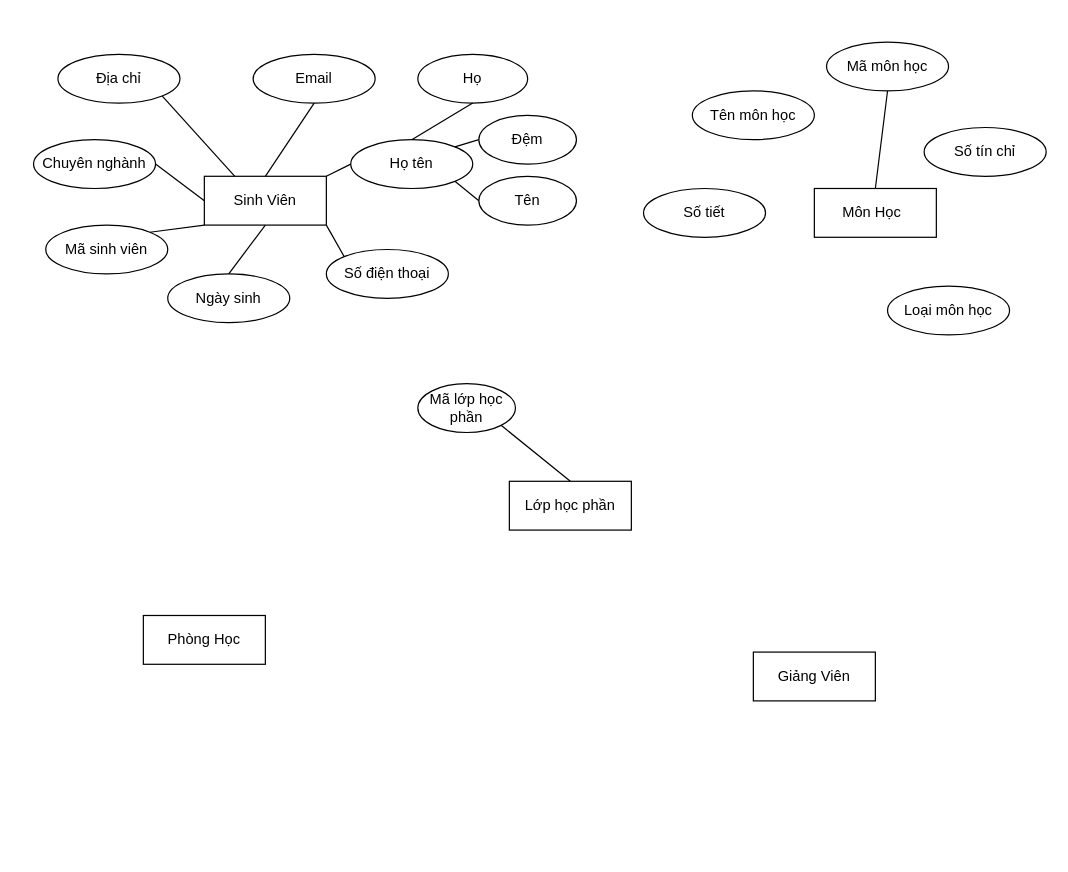
Above: Biểu đồ không có tiêu đề.drawio in TDev2910/diagrams (draw.io), before the change. Source tidied: cells renumbered, new cells numbered last; positions are measured from the earlier drawing's top-left corner, leaving out a move shared by most shapes. Both pictures are drawn from the tidied source at 122%, with x=0, y=0 at pixel (33, 41).
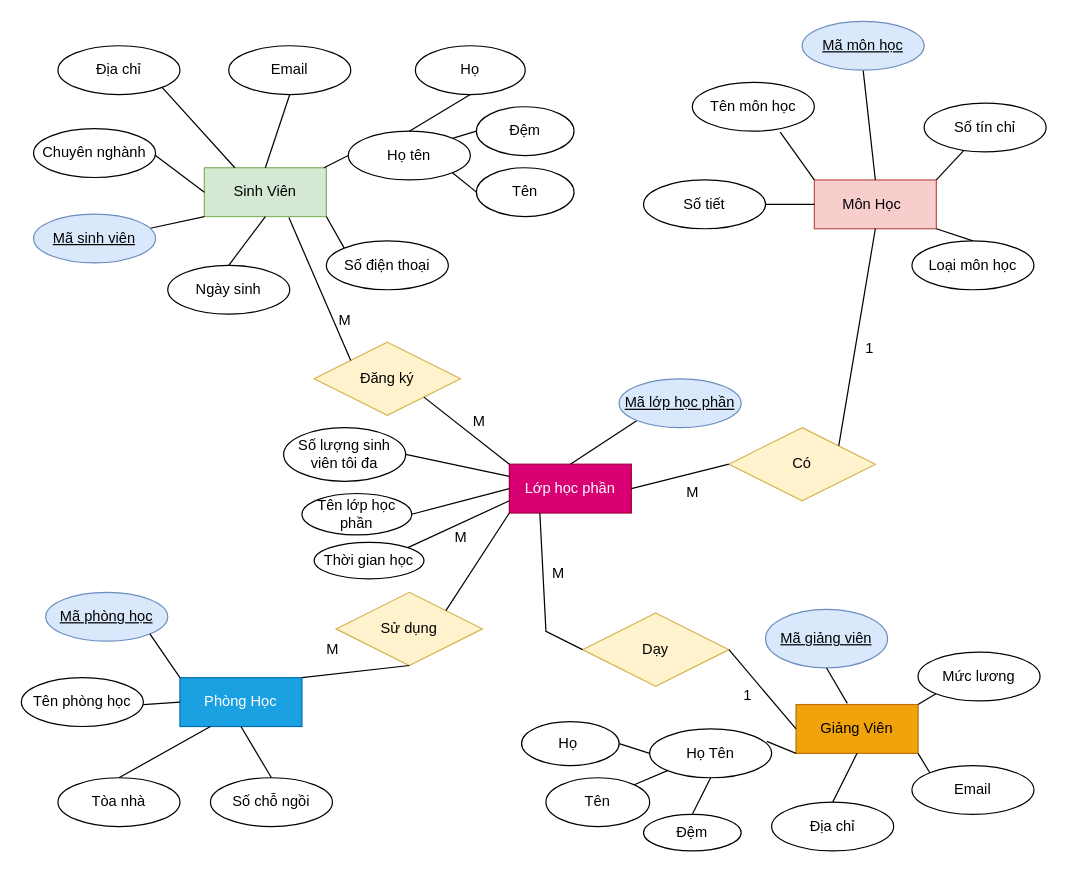
After the change.

Commit message:
Cập nhật Biểu đồ không có tiêu đề.drawio

What changed in the source:
```diff
@@
-    <mxCell id="2" value="Sinh Viên" style="whiteSpace=wrap;html=1;align=center;" parent="1" vertex="1">
-      <mxGeometry x="140" y="110" width="100" height="40" as="geometry" />
+    <mxCell id="2" value="Sinh Viên" style="whiteSpace=wrap;html=1;align=center;fillColor=#d5e8d4;strokeColor=#82b366;" parent="1" vertex="1">
+      <mxGeometry x="140" y="103" width="100" height="40" as="geometry" />
     </mxCell>
-    <mxCell id="3" value="Giảng Viên" style="whiteSpace=wrap;html=1;align=center;" parent="1" vertex="1">
-      <mxGeometry x="590" y="500" width="100" height="40" as="geometry" />
+    <mxCell id="3" value="Giảng Viên" style="whiteSpace=wrap;html=1;align=center;fillColor=#f0a30a;fontColor=#000000;strokeColor=#BD7000;" parent="1" vertex="1">
+      <mxGeometry x="625" y="543" width="100" height="40" as="geometry" />
     </mxCell>
-    <mxCell id="4" value="Môn Học&lt;span style=&quot;white-space: pre;&quot;&gt;&#9;&lt;/span&gt;" style="whiteSpace=wrap;html=1;align=center;" parent="1" vertex="1">
-      <mxGeometry x="640" y="120" width="100" height="40" as="geometry" />
+    <mxCell id="4" value="Môn Học&lt;span style=&quot;white-space: pre;&quot;&gt;&#9;&lt;/span&gt;" style="whiteSpace=wrap;html=1;align=center;fillColor=#f8cecc;strokeColor=#b85450;" parent="1" vertex="1">
+      <mxGeometry x="640" y="113" width="100" height="40" as="geometry" />
     </mxCell>
-    <mxCell id="5" value="Phòng Học" style="whiteSpace=wrap;html=1;align=center;" parent="1" vertex="1">
-      <mxGeometry x="90" y="470" width="100" height="40" as="geometry" />
+    <mxCell id="5" value="Phòng Học" style="whiteSpace=wrap;html=1;align=center;fillColor=#1ba1e2;fontColor=#ffffff;strokeColor=#006EAF;" parent="1" vertex="1">
+      <mxGeometry x="120" y="521" width="100" height="40" as="geometry" />
     </mxCell>
     <mxCell id="6" value="Địa chỉ" style="ellipse;whiteSpace=wrap;html=1;align=center;" parent="1" vertex="1">
-      <mxGeometry x="20" y="10" width="100" height="40" as="geometry" />
+      <mxGeometry x="20" y="3" width="100" height="40" as="geometry" />
     </mxCell>
     <mxCell id="7" value="Email" style="ellipse;whiteSpace=wrap;html=1;align=center;" parent="1" vertex="1">
-      <mxGeometry x="180" y="10" width="100" height="40" as="geometry" />
+      <mxGeometry x="160" y="3" width="100" height="40" as="geometry" />
     </mxCell>
     <mxCell id="8" value="Chuyên nghành" style="ellipse;whiteSpace=wrap;html=1;align=center;" parent="1" vertex="1">
-      <mxGeometry y="80" width="100" height="40" as="geometry" />
+      <mxGeometry y="71" width="100" height="40" as="geometry" />
     </mxCell>
-    <mxCell id="9" value="Mã sinh viên" style="ellipse;whiteSpace=wrap;html=1;align=center;" parent="1" vertex="1">
-      <mxGeometry x="10" y="150" width="100" height="40" as="geometry" />
-    </mxCell>
     <mxCell id="10" value="Ngày sinh" style="ellipse;whiteSpace=wrap;html=1;align=center;" parent="1" vertex="1">
-      <mxGeometry x="110" y="190" width="100" height="40" as="geometry" />
+      <mxGeometry x="110" y="183" width="100" height="40" as="geometry" />
     </mxCell>
     <mxCell id="11" value="Họ tên" style="ellipse;whiteSpace=wrap;html=1;align=center;" parent="1" vertex="1">
-      <mxGeometry x="260" y="80" width="100" height="40" as="geometry" />
+      <mxGeometry x="258" y="73" width="100" height="40" as="geometry" />
     </mxCell>
     <mxCell id="12" value="Họ" style="ellipse;whiteSpace=wrap;html=1;align=center;" parent="1" vertex="1">
-      <mxGeometry x="315" y="10" width="90" height="40" as="geometry" />
+      <mxGeometry x="313" y="3" width="90" height="40" as="geometry" />
     </mxCell>
     <mxCell id="13" value="Đệm" style="ellipse;whiteSpace=wrap;html=1;align=center;" parent="1" vertex="1">
-      <mxGeometry x="365" y="60" width="80" height="40" as="geometry" />
+      <mxGeometry x="363" y="53" width="80" height="40" as="geometry" />
     </mxCell>
     <mxCell id="14" value="Tên" style="ellipse;whiteSpace=wrap;html=1;align=center;" parent="1" vertex="1">
-      <mxGeometry x="365" y="110" width="80" height="40" as="geometry" />
+      <mxGeometry x="363" y="103" width="80" height="40" as="geometry" />
     </mxCell>
@@
-    <mxCell id="18" style="endArrow=none;html=1;rounded=0;exitX=1;exitY=0;exitDx=0;exitDy=0;entryX=0;entryY=0.5;entryDx=0;entryDy=0;" parent="1" edge="1" source="2" target="11">
-      <mxGeometry relative="1" as="geometry" />
+    <mxCell id="18" style="endArrow=none;html=1;rounded=0;exitX=1;exitY=0;exitDx=0;exitDy=0;entryX=0;entryY=0.5;entryDx=0;entryDy=0;" parent="1" edge="1" target="11">
+      <mxGeometry relative="1" as="geometry">
+        <mxPoint x="238" y="103" as="sourcePoint" />
+      </mxGeometry>
     </mxCell>
     <mxCell id="19" value="Số&amp;nbsp;điện thoại" style="ellipse;whiteSpace=wrap;html=1;align=center;" parent="1" vertex="1">
-      <mxGeometry x="240" y="170" width="100" height="40" as="geometry" />
+      <mxGeometry x="240" y="163" width="100" height="40" as="geometry" />
     </mxCell>
@@
-    <mxCell id="23" style="endArrow=none;html=1;rounded=0;exitX=1;exitY=0.5;exitDx=0;exitDy=0;entryX=0;entryY=0.5;entryDx=0;entryDy=0;" parent="1" edge="1" source="8" target="2">
-      <mxGeometry relative="1" as="geometry" />
+    <mxCell id="23" style="endArrow=none;html=1;rounded=0;exitX=1;exitY=0.5;exitDx=0;exitDy=0;entryX=0;entryY=0.5;entryDx=0;entryDy=0;" parent="1" edge="1" target="2">
+      <mxGeometry relative="1" as="geometry">
+        <mxPoint x="100" y="93" as="sourcePoint" />
+      </mxGeometry>
     </mxCell>
@@
-    <mxCell id="25" style="endArrow=none;html=1;rounded=0;entryX=0;entryY=1;entryDx=0;entryDy=0;exitX=1;exitY=0;exitDx=0;exitDy=0;" parent="1" edge="1" source="9" target="2">
-      <mxGeometry relative="1" as="geometry" />
+    <mxCell id="25" style="endArrow=none;html=1;rounded=0;entryX=0;entryY=1;entryDx=0;entryDy=0;exitX=0.948;exitY=0.245;exitDx=0;exitDy=0;exitPerimeter=0;" parent="1" edge="1" target="2">
+      <mxGeometry relative="1" as="geometry">
+        <mxPoint x="94.8" y="152.8" as="sourcePoint" />
+      </mxGeometry>
     </mxCell>
     <mxCell id="26" value="Số tiết" style="ellipse;whiteSpace=wrap;html=1;align=center;" parent="1" vertex="1">
-      <mxGeometry x="500" y="120" width="100" height="40" as="geometry" />
+      <mxGeometry x="500" y="113" width="100" height="40" as="geometry" />
     </mxCell>
     <mxCell id="27" value="Tên môn học" style="ellipse;whiteSpace=wrap;html=1;align=center;" parent="1" vertex="1">
-      <mxGeometry x="540" y="40" width="100" height="40" as="geometry" />
+      <mxGeometry x="540" y="33" width="100" height="40" as="geometry" />
     </mxCell>
     <mxCell id="28" value="Loại môn học" style="ellipse;whiteSpace=wrap;html=1;align=center;" parent="1" vertex="1">
-      <mxGeometry x="700" y="200" width="100" height="40" as="geometry" />
+      <mxGeometry x="720" y="163" width="100" height="40" as="geometry" />
     </mxCell>
     <mxCell id="29" value="Số tín chỉ" style="ellipse;whiteSpace=wrap;html=1;align=center;" parent="1" vertex="1">
-      <mxGeometry x="730" y="70" width="100" height="40" as="geometry" />
+      <mxGeometry x="730" y="50" width="100" height="40" as="geometry" />
     </mxCell>
-    <mxCell id="30" value="Mã môn học" style="ellipse;whiteSpace=wrap;html=1;align=center;" parent="1" vertex="1">
-      <mxGeometry x="650" width="100" height="40" as="geometry" />
-    </mxCell>
@@
-    <mxCell id="32" value="Lớp học phần" style="whiteSpace=wrap;html=1;align=center;" parent="1" vertex="1">
-      <mxGeometry x="390" y="360" width="100" height="40" as="geometry" />
+    <mxCell id="32" value="Lớp học phần" style="whiteSpace=wrap;html=1;align=center;fillColor=#d80073;fontColor=#ffffff;strokeColor=#A50040;" parent="1" vertex="1">
+      <mxGeometry x="390" y="346" width="100" height="40" as="geometry" />
     </mxCell>
+    <mxCell id="34" style="endArrow=none;html=1;rounded=0;entryX=0.5;entryY=0;entryDx=0;entryDy=0;exitX=0;exitY=1;exitDx=0;exitDy=0;" parent="1" edge="1" source="33" target="32">
+      <mxGeometry relative="1" as="geometry" />
+    </mxCell>
+    <mxCell id="9" value="Mã sinh viên" style="ellipse;whiteSpace=wrap;html=1;align=center;fontStyle=4;fillColor=#dae8fc;strokeColor=#6c8ebf;" parent="1" vertex="1">
+      <mxGeometry y="141" width="100" height="40" as="geometry" />
+    </mxCell>
+    <mxCell id="30" value="Mã môn học" style="ellipse;whiteSpace=wrap;html=1;align=center;fontStyle=4;fillColor=#dae8fc;strokeColor=#6c8ebf;" parent="1" vertex="1">
+      <mxGeometry x="630" y="-17" width="100" height="40" as="geometry" />
+    </mxCell>
-    <mxCell id="33" value="Mã lớp học phần" style="ellipse;whiteSpace=wrap;html=1;align=center;" parent="1" vertex="1">
-      <mxGeometry x="315" y="280" width="80" height="40" as="geometry" />
+    <mxCell id="33" value="Mã lớp học phần" style="ellipse;whiteSpace=wrap;html=1;align=center;fontStyle=4;fillColor=#dae8fc;strokeColor=#6c8ebf;" parent="1" vertex="1">
+      <mxGeometry x="480" y="276" width="100" height="40" as="geometry" />
     </mxCell>
-    <mxCell id="34" style="endArrow=none;html=1;rounded=0;entryX=0.5;entryY=0;entryDx=0;entryDy=0;exitX=1;exitY=1;exitDx=0;exitDy=0;" parent="1" edge="1" source="33" target="32">
-      <mxGeometry relative="1" as="geometry" />
-    </mxCell>
+    <mxCell id="35" value="Đăng ký" style="shape=rhombus;perimeter=rhombusPerimeter;whiteSpace=wrap;html=1;align=center;fillColor=#fff2cc;strokeColor=#d6b656;" parent="1" vertex="1">
+      <mxGeometry x="230" y="246" width="120" height="60" as="geometry" />
+    </mxCell>
+    <mxCell id="36" style="endArrow=none;html=1;rounded=0;entryX=0.693;entryY=1.021;entryDx=0;entryDy=0;entryPerimeter=0;exitX=0;exitY=0;exitDx=0;exitDy=0;" parent="1" edge="1" source="35" target="2">
+      <mxGeometry relative="1" as="geometry" />
+    </mxCell>
+    <mxCell id="37" style="endArrow=none;html=1;rounded=0;entryX=1;entryY=1;entryDx=0;entryDy=0;exitX=0;exitY=0;exitDx=0;exitDy=0;" parent="1" edge="1" source="32" target="35">
+      <mxGeometry relative="1" as="geometry" />
+    </mxCell>
+    <mxCell id="38" value="M" style="text;html=1;align=center;verticalAlign=middle;strokeColor=none;fillColor=none;" parent="1" vertex="1">
+      <mxGeometry x="350" y="296" width="30" height="30" as="geometry" />
+    </mxCell>
+    <mxCell id="39" value="M" style="text;html=1;align=center;verticalAlign=middle;strokeColor=none;fillColor=none;" parent="1" vertex="1">
+      <mxGeometry x="240" y="213" width="30" height="30" as="geometry" />
+    </mxCell>
+    <mxCell id="40" value="Có" style="shape=rhombus;perimeter=rhombusPerimeter;whiteSpace=wrap;html=1;align=center;fillColor=#fff2cc;strokeColor=#d6b656;" parent="1" vertex="1">
+      <mxGeometry x="570" y="316" width="120" height="60" as="geometry" />
+    </mxCell>
+    <mxCell id="41" style="endArrow=none;html=1;rounded=0;entryX=1;entryY=0.5;entryDx=0;entryDy=0;exitX=0;exitY=0.5;exitDx=0;exitDy=0;" parent="1" edge="1" source="40" target="32">
+      <mxGeometry relative="1" as="geometry" />
+    </mxCell>
+    <mxCell id="42" style="endArrow=none;html=1;rounded=0;entryX=1;entryY=0;entryDx=0;entryDy=0;exitX=0.5;exitY=1;exitDx=0;exitDy=0;" parent="1" edge="1" source="4" target="40">
+      <mxGeometry relative="1" as="geometry" />
+    </mxCell>
+    <mxCell id="43" value="M" style="text;html=1;align=center;verticalAlign=middle;strokeColor=none;fillColor=none;" parent="1" vertex="1">
+      <mxGeometry x="525" y="354" width="30" height="30" as="geometry" />
+    </mxCell>
+    <mxCell id="44" value="1" style="text;html=1;align=center;verticalAlign=middle;strokeColor=none;fillColor=none;" parent="1" vertex="1">
+      <mxGeometry x="670" y="236" width="30" height="30" as="geometry" />
+    </mxCell>
+    <mxCell id="45" value="Mã giảng viên" style="ellipse;whiteSpace=wrap;html=1;align=center;fontStyle=4;fillColor=#dae8fc;strokeColor=#6c8ebf;" parent="1" vertex="1">
+      <mxGeometry x="600" y="465" width="100" height="48" as="geometry" />
+    </mxCell>
+    <mxCell id="46" value="Mã phòng học" style="ellipse;whiteSpace=wrap;html=1;align=center;fontStyle=4;fillColor=#dae8fc;strokeColor=#6c8ebf;" parent="1" vertex="1">
+      <mxGeometry x="10" y="451" width="100" height="40" as="geometry" />
+    </mxCell>
+    <mxCell id="47" value="Dạy" style="shape=rhombus;perimeter=rhombusPerimeter;whiteSpace=wrap;html=1;align=center;fillColor=#fff2cc;strokeColor=#d6b656;" parent="1" vertex="1">
+      <mxGeometry x="450" y="468" width="120" height="60" as="geometry" />
+    </mxCell>
+    <mxCell id="48" style="endArrow=none;html=1;rounded=0;exitX=1;exitY=0.5;exitDx=0;exitDy=0;" parent="1" edge="1" source="26">
+      <mxGeometry relative="1" as="geometry">
+        <mxPoint x="640" y="133" as="targetPoint" />
+        <Array as="points">
+          <mxPoint x="630" y="133" />
+        </Array>
+      </mxGeometry>
+    </mxCell>
+    <mxCell id="49" style="endArrow=none;html=1;rounded=0;entryX=0;entryY=0;entryDx=0;entryDy=0;exitX=0.72;exitY=1.021;exitDx=0;exitDy=0;exitPerimeter=0;" parent="1" edge="1" source="27" target="4">
+      <mxGeometry relative="1" as="geometry" />
+    </mxCell>
+    <mxCell id="50" style="endArrow=none;html=1;rounded=0;entryX=1;entryY=0;entryDx=0;entryDy=0;" parent="1" edge="1" source="29" target="4">
+      <mxGeometry relative="1" as="geometry" />
+    </mxCell>
+    <mxCell id="51" style="endArrow=none;html=1;rounded=0;entryX=0.5;entryY=0;entryDx=0;entryDy=0;exitX=1;exitY=1;exitDx=0;exitDy=0;" parent="1" edge="1" source="4" target="28">
+      <mxGeometry relative="1" as="geometry" />
+    </mxCell>
+    <mxCell id="52" style="endArrow=none;html=1;rounded=0;entryX=0;entryY=0.5;entryDx=0;entryDy=0;exitX=1;exitY=0.5;exitDx=0;exitDy=0;" parent="1" edge="1" source="47" target="3">
+      <mxGeometry relative="1" as="geometry" />
+    </mxCell>
+    <mxCell id="53" style="endArrow=none;html=1;rounded=0;entryX=0;entryY=0.5;entryDx=0;entryDy=0;exitX=0.25;exitY=1;exitDx=0;exitDy=0;" parent="1" edge="1" source="32" target="47">
+      <mxGeometry relative="1" as="geometry">
+        <Array as="points">
+          <mxPoint x="420" y="483" />
+        </Array>
+      </mxGeometry>
+    </mxCell>
+    <mxCell id="54" value="1" style="text;html=1;align=center;verticalAlign=middle;strokeColor=none;fillColor=none;" parent="1" vertex="1">
+      <mxGeometry x="570" y="521" width="30" height="30" as="geometry" />
+    </mxCell>
+    <mxCell id="55" value="M" style="text;html=1;align=center;verticalAlign=middle;strokeColor=none;fillColor=none;" parent="1" vertex="1">
+      <mxGeometry x="415" y="421" width="30" height="30" as="geometry" />
+    </mxCell>
+    <mxCell id="56" style="endArrow=none;html=1;rounded=0;exitX=1;exitY=1;exitDx=0;exitDy=0;entryX=0;entryY=0;entryDx=0;entryDy=0;" parent="1" edge="1" source="46" target="5">
+      <mxGeometry relative="1" as="geometry" />
+    </mxCell>
+    <mxCell id="57" value="Sử dụng" style="shape=rhombus;perimeter=rhombusPerimeter;whiteSpace=wrap;html=1;align=center;fillColor=#fff2cc;strokeColor=#d6b656;" parent="1" vertex="1">
+      <mxGeometry x="248" y="451" width="120" height="60" as="geometry" />
+    </mxCell>
+    <mxCell id="58" style="endArrow=none;html=1;rounded=0;exitX=0;exitY=1;exitDx=0;exitDy=0;entryX=1;entryY=0;entryDx=0;entryDy=0;" parent="1" edge="1" source="32" target="57">
+      <mxGeometry relative="1" as="geometry" />
+    </mxCell>
+    <mxCell id="59" style="endArrow=none;html=1;rounded=0;exitX=0.5;exitY=1;exitDx=0;exitDy=0;entryX=1;entryY=0;entryDx=0;entryDy=0;" parent="1" edge="1" source="57" target="5">
+      <mxGeometry relative="1" as="geometry" />
+    </mxCell>
+    <mxCell id="60" value="M" style="text;html=1;align=center;verticalAlign=middle;strokeColor=none;fillColor=none;" parent="1" vertex="1">
+      <mxGeometry x="335" y="391" width="30" height="30" as="geometry" />
+    </mxCell>
+    <mxCell id="61" value="M" style="text;html=1;align=center;verticalAlign=middle;strokeColor=none;fillColor=none;" parent="1" vertex="1">
+      <mxGeometry x="230" y="483" width="30" height="30" as="geometry" />
+    </mxCell>
+    <mxCell id="62" style="endArrow=none;html=1;rounded=0;entryX=0.5;entryY=1;entryDx=0;entryDy=0;" parent="1" edge="1" target="45">
+      <mxGeometry relative="1" as="geometry">
+        <mxPoint x="667" y="542" as="sourcePoint" />
+      </mxGeometry>
+    </mxCell>
+    <mxCell id="63" value="Tên phòng học" style="ellipse;whiteSpace=wrap;html=1;align=center;" parent="1" vertex="1">
+      <mxGeometry x="-10" y="521" width="100" height="40" as="geometry" />
+    </mxCell>
+    <mxCell id="64" value="Tòa nhà" style="ellipse;whiteSpace=wrap;html=1;align=center;" parent="1" vertex="1">
+      <mxGeometry x="20" y="603" width="100" height="40" as="geometry" />
+    </mxCell>
+    <mxCell id="65" value="Số chỗ ngồi" style="ellipse;whiteSpace=wrap;html=1;align=center;" parent="1" vertex="1">
+      <mxGeometry x="145" y="603" width="100" height="40" as="geometry" />
+    </mxCell>
+    <mxCell id="66" style="endArrow=none;html=1;rounded=0;exitX=1;exitY=0.5;exitDx=0;exitDy=0;entryX=0;entryY=0.5;entryDx=0;entryDy=0;" parent="1" edge="1" target="5">
+      <mxGeometry relative="1" as="geometry">
+        <mxPoint x="90" y="543" as="sourcePoint" />
+      </mxGeometry>
+    </mxCell>
+    <mxCell id="67" style="endArrow=none;html=1;rounded=0;exitX=0.5;exitY=0;exitDx=0;exitDy=0;entryX=0.25;entryY=1;entryDx=0;entryDy=0;" parent="1" edge="1" source="64" target="5">
+      <mxGeometry relative="1" as="geometry" />
+    </mxCell>
+    <mxCell id="68" style="endArrow=none;html=1;rounded=0;exitX=0.5;exitY=0;exitDx=0;exitDy=0;entryX=0.5;entryY=1;entryDx=0;entryDy=0;" parent="1" edge="1" source="65" target="5">
+      <mxGeometry relative="1" as="geometry" />
+    </mxCell>
+    <mxCell id="69" value="Họ Tên" style="ellipse;whiteSpace=wrap;html=1;align=center;" parent="1" vertex="1">
+      <mxGeometry x="505" y="563" width="100" height="40" as="geometry" />
+    </mxCell>
+    <mxCell id="70" style="endArrow=none;html=1;rounded=0;entryX=0;entryY=1;entryDx=0;entryDy=0;exitX=0.96;exitY=0.255;exitDx=0;exitDy=0;exitPerimeter=0;" parent="1" edge="1" source="69" target="3">
+      <mxGeometry relative="1" as="geometry" />
+    </mxCell>
+    <mxCell id="71" value="Họ&amp;nbsp;" style="ellipse;whiteSpace=wrap;html=1;align=center;" parent="1" vertex="1">
+      <mxGeometry x="400" y="557" width="80" height="36" as="geometry" />
+    </mxCell>
+    <mxCell id="72" value="Tên" style="ellipse;whiteSpace=wrap;html=1;align=center;" parent="1" vertex="1">
+      <mxGeometry x="420" y="603" width="85" height="40" as="geometry" />
+    </mxCell>
+    <mxCell id="73" value="Đệm" style="ellipse;whiteSpace=wrap;html=1;align=center;" parent="1" vertex="1">
+      <mxGeometry x="500" y="633" width="80" height="30" as="geometry" />
+    </mxCell>
+    <mxCell id="74" style="endArrow=none;html=1;rounded=0;entryX=0;entryY=0.5;entryDx=0;entryDy=0;exitX=1;exitY=0.5;exitDx=0;exitDy=0;" parent="1" edge="1" source="71" target="69">
+      <mxGeometry relative="1" as="geometry" />
+    </mxCell>
+    <mxCell id="75" style="endArrow=none;html=1;rounded=0;entryX=0;entryY=1;entryDx=0;entryDy=0;exitX=1;exitY=0;exitDx=0;exitDy=0;" parent="1" edge="1" source="72" target="69">
+      <mxGeometry relative="1" as="geometry" />
+    </mxCell>
+    <mxCell id="76" style="endArrow=none;html=1;rounded=0;entryX=0.5;entryY=1;entryDx=0;entryDy=0;exitX=0.5;exitY=0;exitDx=0;exitDy=0;" parent="1" edge="1" source="73" target="69">
+      <mxGeometry relative="1" as="geometry" />
+    </mxCell>
+    <mxCell id="77" value="Địa chỉ" style="ellipse;whiteSpace=wrap;html=1;align=center;" parent="1" vertex="1">
+      <mxGeometry x="605" y="623" width="100" height="40" as="geometry" />
+    </mxCell>
+    <mxCell id="78" style="endArrow=none;html=1;rounded=0;entryX=0.5;entryY=0;entryDx=0;entryDy=0;exitX=0.5;exitY=1;exitDx=0;exitDy=0;" parent="1" edge="1" source="3" target="77">
+      <mxGeometry relative="1" as="geometry" />
+    </mxCell>
+    <mxCell id="79" value="Email" style="ellipse;whiteSpace=wrap;html=1;align=center;" parent="1" vertex="1">
+      <mxGeometry x="720" y="593" width="100" height="40" as="geometry" />
+    </mxCell>
+    <mxCell id="80" style="endArrow=none;html=1;rounded=0;entryX=0;entryY=0;entryDx=0;entryDy=0;exitX=1;exitY=1;exitDx=0;exitDy=0;" parent="1" edge="1" source="3" target="79">
+      <mxGeometry relative="1" as="geometry" />
+    </mxCell>
+    <mxCell id="81" value="Mức lương" style="ellipse;whiteSpace=wrap;html=1;align=center;" parent="1" vertex="1">
+      <mxGeometry x="725" y="500" width="100" height="40" as="geometry" />
+    </mxCell>
+    <mxCell id="82" style="endArrow=none;html=1;rounded=0;entryX=0;entryY=1;entryDx=0;entryDy=0;exitX=1;exitY=0;exitDx=0;exitDy=0;" parent="1" edge="1" source="3" target="81">
+      <mxGeometry relative="1" as="geometry" />
+    </mxCell>
+    <mxCell id="83" value="Thời gian học" style="ellipse;whiteSpace=wrap;html=1;align=center;" parent="1" vertex="1">
+      <mxGeometry x="230" y="410" width="90" height="30" as="geometry" />
+    </mxCell>
+    <mxCell id="84" value="Tên lớp học phần" style="ellipse;whiteSpace=wrap;html=1;align=center;" parent="1" vertex="1">
+      <mxGeometry x="220" y="370" width="90" height="34" as="geometry" />
+    </mxCell>
+    <mxCell id="85" value="Số lượng sinh viên tôi&amp;nbsp;đa" style="ellipse;whiteSpace=wrap;html=1;align=center;" parent="1" vertex="1">
+      <mxGeometry x="205" y="316" width="100" height="44" as="geometry" />
+    </mxCell>
+    <mxCell id="86" style="endArrow=none;html=1;rounded=0;entryX=0;entryY=0.75;entryDx=0;entryDy=0;exitX=1;exitY=0;exitDx=0;exitDy=0;" parent="1" edge="1" source="83" target="32">
+      <mxGeometry relative="1" as="geometry" />
+    </mxCell>
+    <mxCell id="87" style="endArrow=none;html=1;rounded=0;entryX=0;entryY=0.5;entryDx=0;entryDy=0;exitX=1;exitY=0.5;exitDx=0;exitDy=0;" parent="1" edge="1" source="84" target="32">
+      <mxGeometry relative="1" as="geometry" />
+    </mxCell>
+    <mxCell id="88" style="endArrow=none;html=1;rounded=0;entryX=0;entryY=0.25;entryDx=0;entryDy=0;exitX=1;exitY=0.5;exitDx=0;exitDy=0;" parent="1" edge="1" source="85" target="32">
+      <mxGeometry relative="1" as="geometry" />
+    </mxCell>
```
